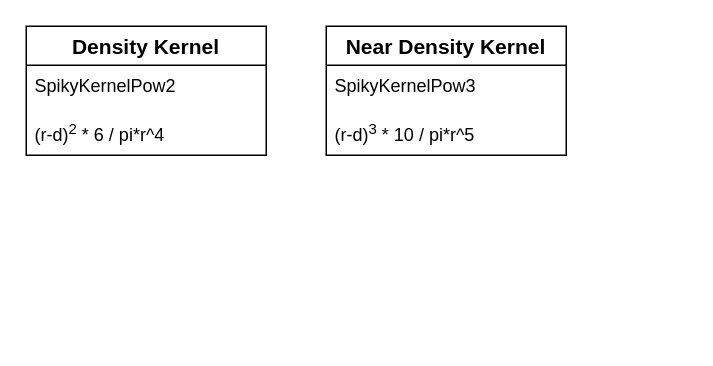
RiemannLee19/UMLs keeps this draw.io diagram as Fluid_Simulation.drawio. Above is the earlier version. Source tidied: cells renumbered, new cells numbered last; positions are measured from the earlier drawing's top-left corner, leaving out a move shared by most shapes. Both pictures are drawn from the tidied source at 150%, with x=0, y=0 at pixel (26, 26).
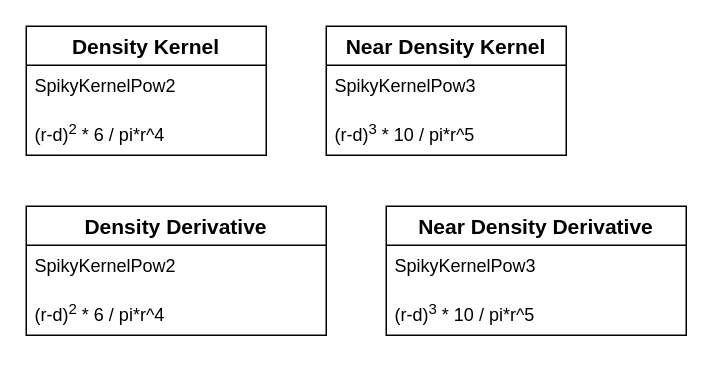
Above is the later version.

Diff of the diagram source:
```diff
@@
 <mxGraphModel>
   <root>
     <mxCell id="0" />
     <mxCell id="1" parent="0" />
     <mxCell id="2" value="Density Kernel" style="swimlane;fontStyle=1;horizontal=1;startSize=26;align=center;fontSize=14;" parent="1" vertex="1">
       <mxGeometry width="160" height="86" as="geometry" />
     </mxCell>
     <mxCell id="3" value="SpikyKernelPow2" style="text;strokeColor=none;fillColor=none;spacingLeft=4;spacingRight=4;overflow=hidden;fontSize=12;whiteSpace=wrap;html=1;" parent="2" vertex="1">
       <mxGeometry y="26" width="160" height="30" as="geometry" />
     </mxCell>
     <mxCell id="4" value="(r-d)&lt;sup&gt;2&lt;/sup&gt; * 6 / pi*r^4&lt;span class=&quot;eusoft-eudic-chrome-extension-translate-content&quot;&gt;&lt;/span&gt;" style="text;strokeColor=none;fillColor=none;spacingLeft=4;spacingRight=4;overflow=hidden;fontSize=12;whiteSpace=wrap;html=1;" parent="2" vertex="1">
       <mxGeometry y="56" width="160" height="30" as="geometry" />
     </mxCell>
     <mxCell id="5" value="Near Density Kernel" style="swimlane;fontStyle=1;horizontal=1;startSize=26;align=center;fontSize=14;" parent="1" vertex="1">
       <mxGeometry x="200" width="160" height="86" as="geometry" />
     </mxCell>
     <mxCell id="6" value="SpikyKernelPow3" style="text;strokeColor=none;fillColor=none;spacingLeft=4;spacingRight=4;overflow=hidden;fontSize=12;whiteSpace=wrap;html=1;" parent="5" vertex="1">
       <mxGeometry y="26" width="160" height="30" as="geometry" />
     </mxCell>
     <mxCell id="7" value="(r-d)&lt;sup&gt;3&lt;/sup&gt; * 10 / pi*r^5&lt;span class=&quot;eusoft-eudic-chrome-extension-translate-content&quot;&gt;&lt;/span&gt;" style="text;strokeColor=none;fillColor=none;spacingLeft=4;spacingRight=4;overflow=hidden;fontSize=12;whiteSpace=wrap;html=1;" parent="5" vertex="1">
       <mxGeometry y="56" width="160" height="30" as="geometry" />
     </mxCell>
+    <mxCell id="8" value="Density Derivative" style="swimlane;fontStyle=1;horizontal=1;startSize=26;align=center;fontSize=14;" parent="1" vertex="1">
+      <mxGeometry y="120" width="200" height="86" as="geometry" />
+    </mxCell>
+    <mxCell id="9" value="SpikyKernelPow2" style="text;strokeColor=none;fillColor=none;spacingLeft=4;spacingRight=4;overflow=hidden;fontSize=12;whiteSpace=wrap;html=1;" parent="8" vertex="1">
+      <mxGeometry y="26" width="200" height="30" as="geometry" />
+    </mxCell>
+    <mxCell id="10" value="(r-d)&lt;sup&gt;2&lt;/sup&gt; * 6 / pi*r^4&lt;span class=&quot;eusoft-eudic-chrome-extension-translate-content&quot;&gt;&lt;/span&gt;" style="text;strokeColor=none;fillColor=none;spacingLeft=4;spacingRight=4;overflow=hidden;fontSize=12;whiteSpace=wrap;html=1;" parent="8" vertex="1">
+      <mxGeometry y="56" width="200" height="30" as="geometry" />
+    </mxCell>
+    <mxCell id="11" value="Near Density Derivative" style="swimlane;fontStyle=1;horizontal=1;startSize=26;align=center;fontSize=14;" parent="1" vertex="1">
+      <mxGeometry x="240" y="120" width="200" height="86" as="geometry" />
+    </mxCell>
+    <mxCell id="12" value="SpikyKernelPow3" style="text;strokeColor=none;fillColor=none;spacingLeft=4;spacingRight=4;overflow=hidden;fontSize=12;whiteSpace=wrap;html=1;" parent="11" vertex="1">
+      <mxGeometry y="26" width="200" height="30" as="geometry" />
+    </mxCell>
+    <mxCell id="13" value="(r-d)&lt;sup&gt;3&lt;/sup&gt; * 10 / pi*r^5&lt;span class=&quot;eusoft-eudic-chrome-extension-translate-content&quot;&gt;&lt;/span&gt;" style="text;strokeColor=none;fillColor=none;spacingLeft=4;spacingRight=4;overflow=hidden;fontSize=12;whiteSpace=wrap;html=1;" parent="11" vertex="1">
+      <mxGeometry y="56" width="200" height="30" as="geometry" />
+    </mxCell>
   </root>
 </mxGraphModel>
```
